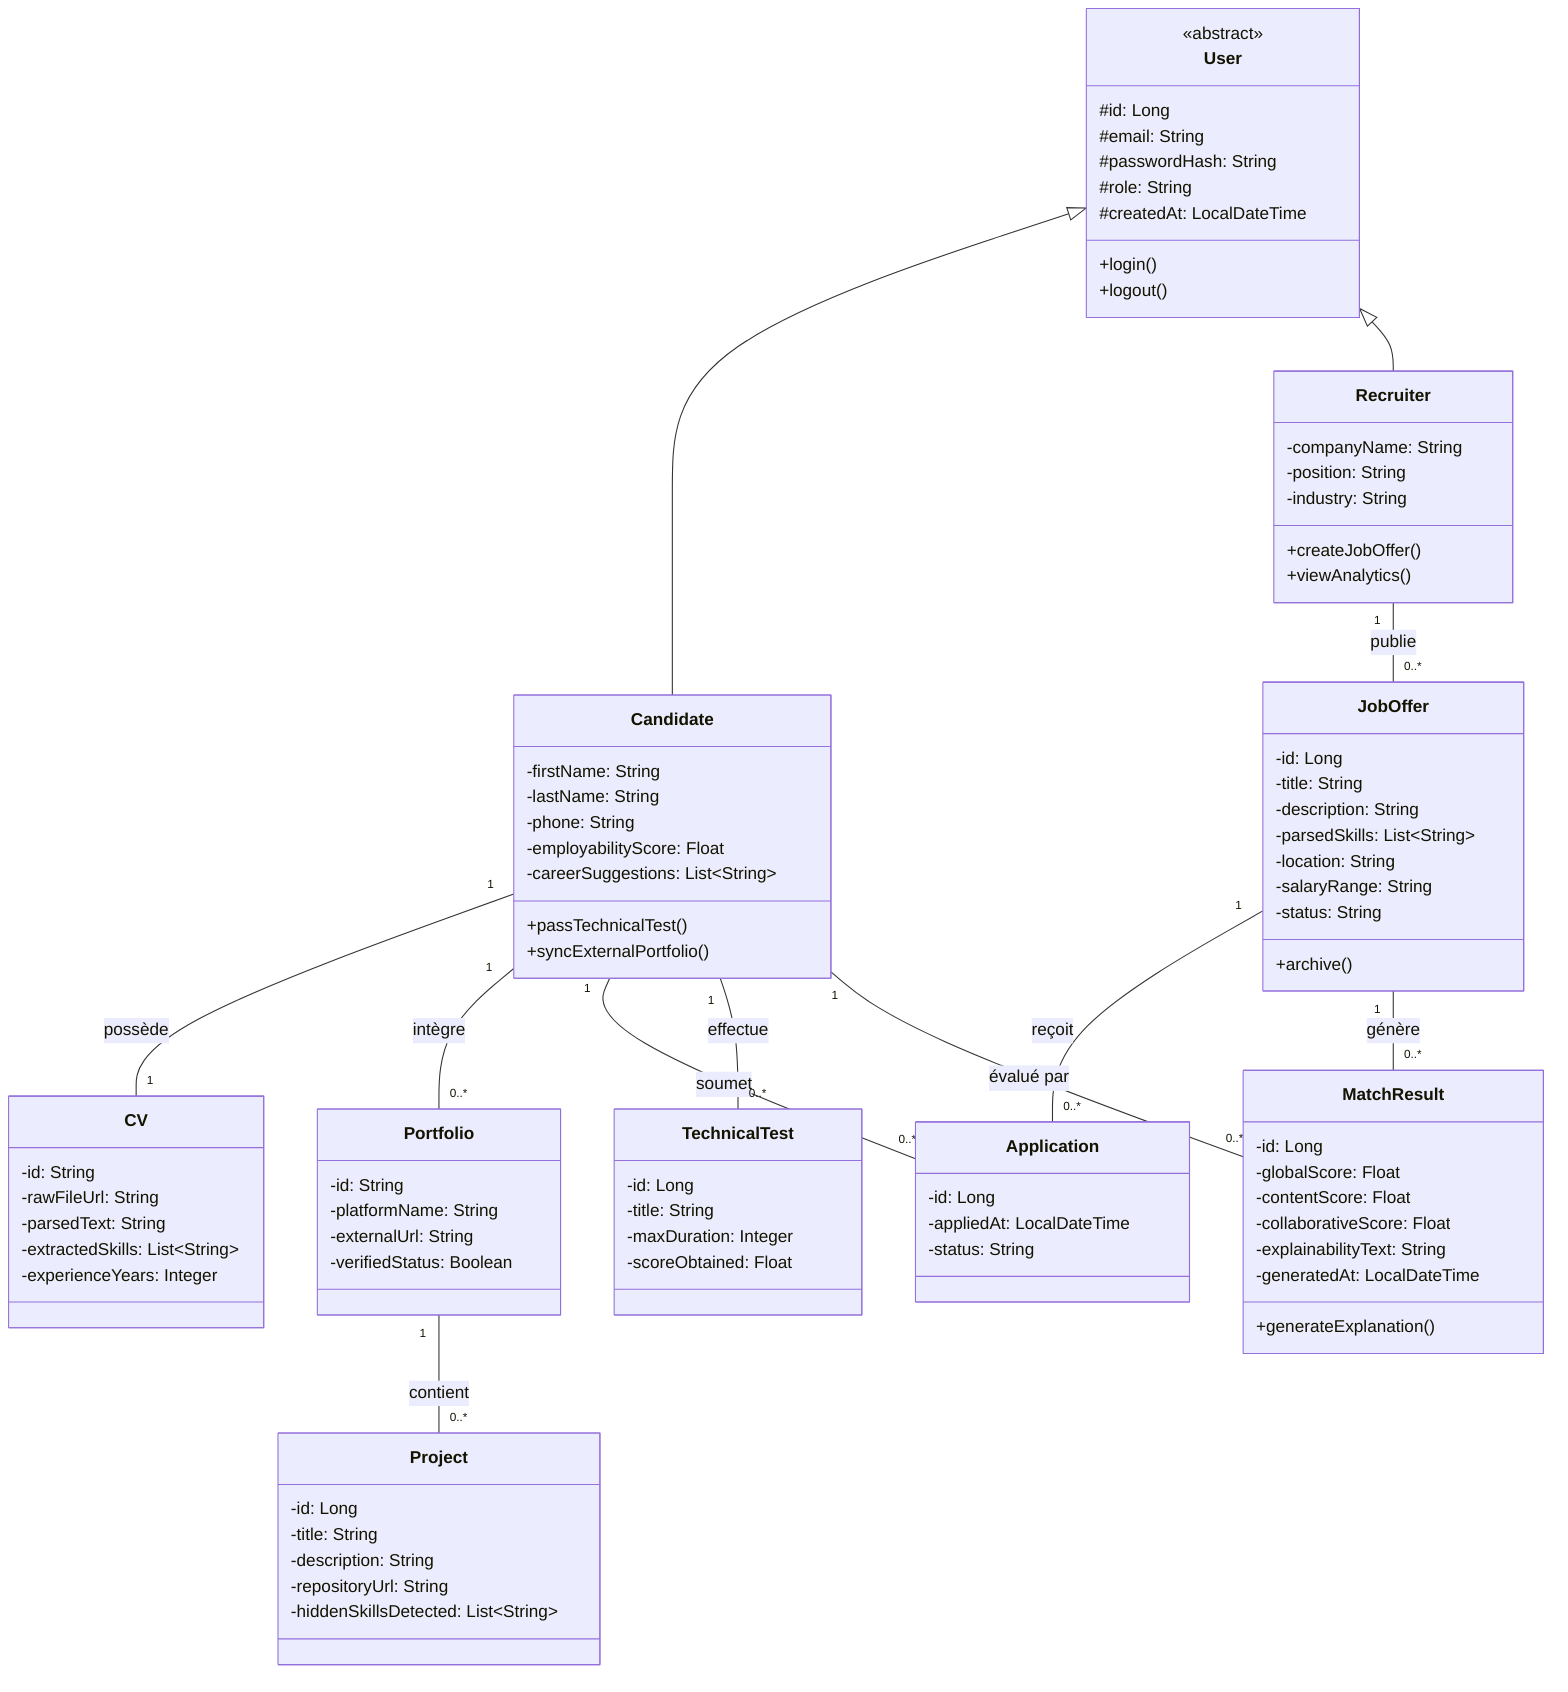
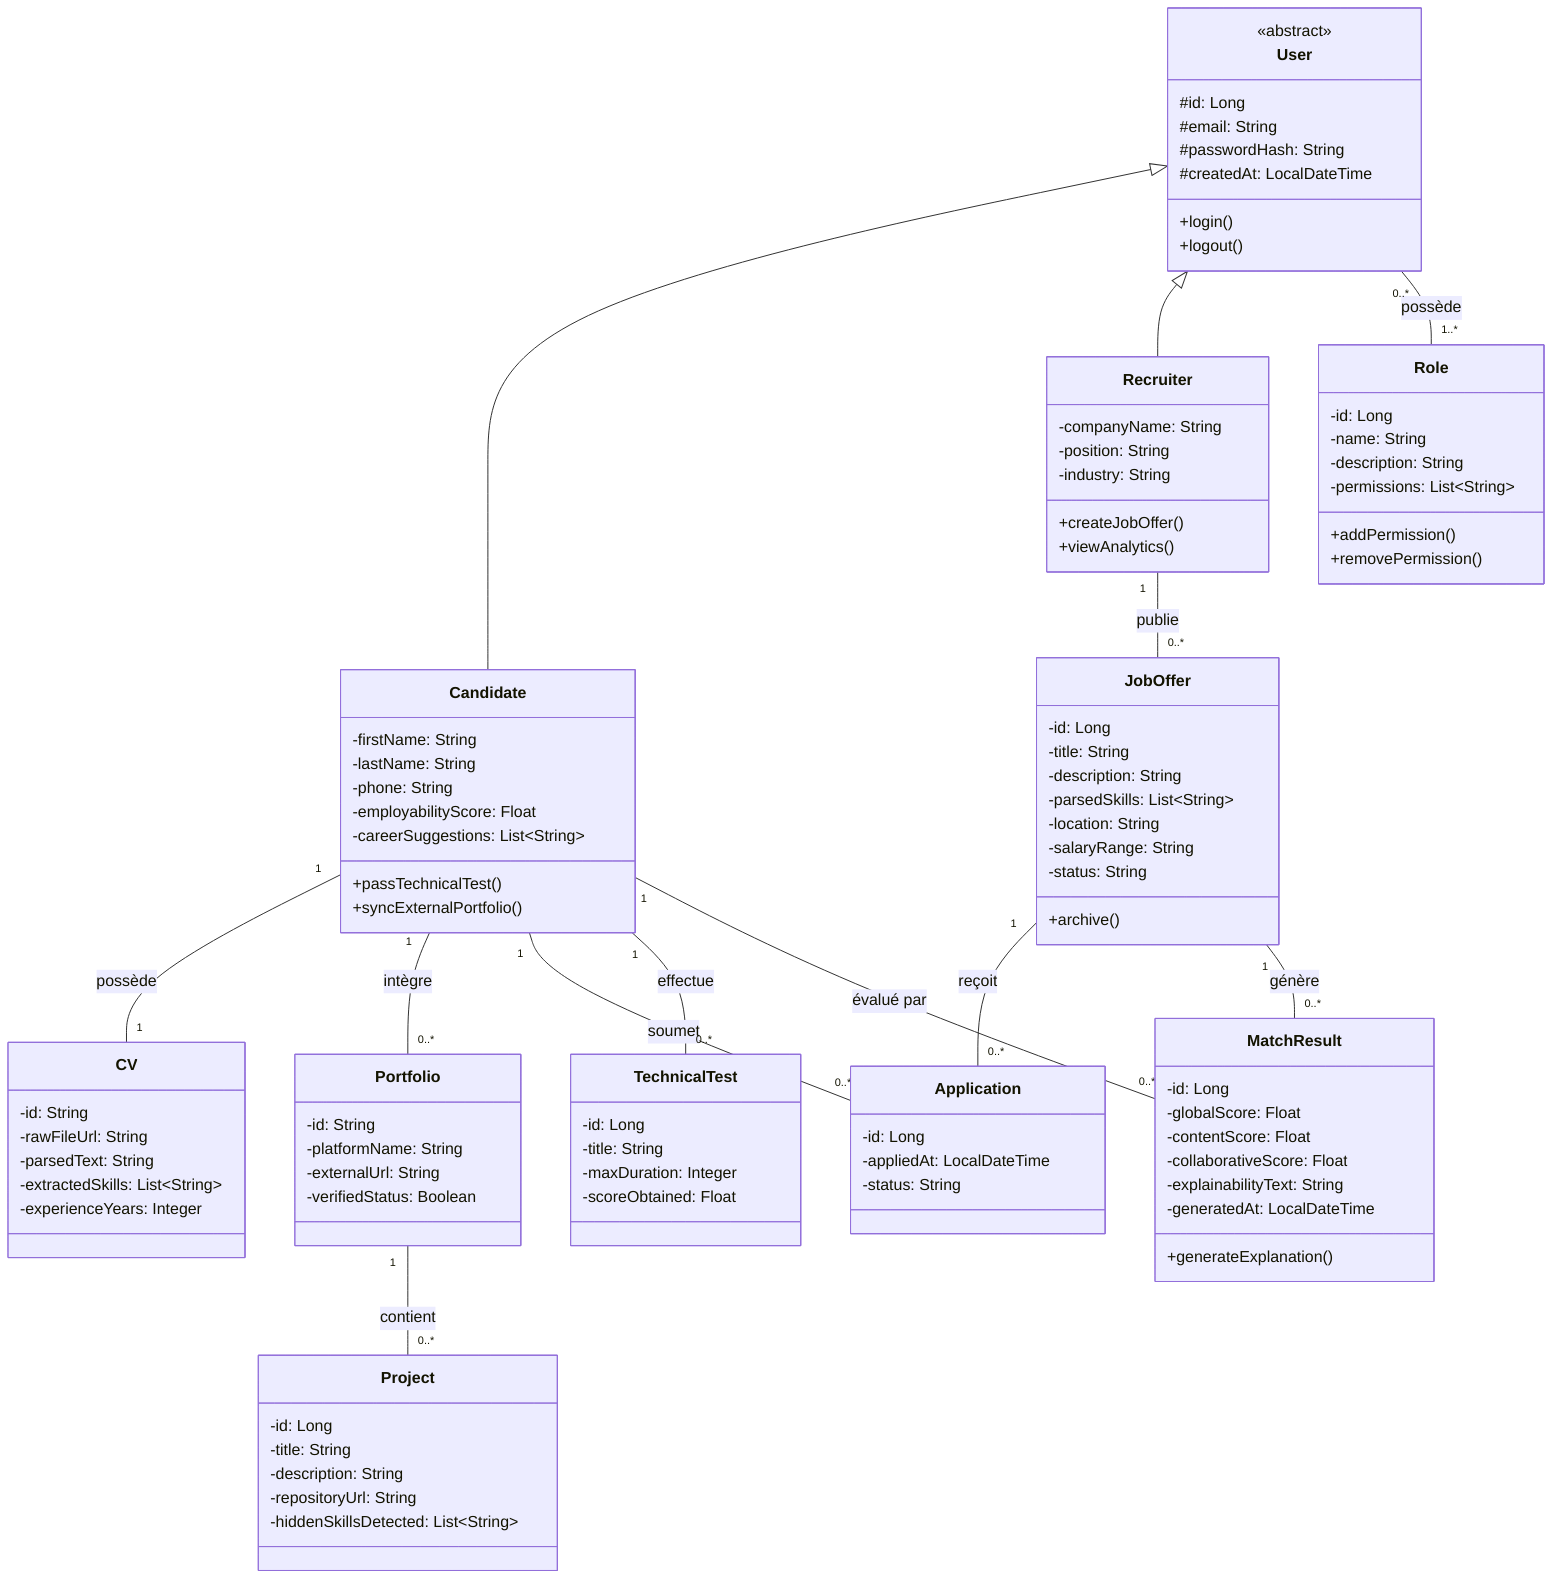
+ 
classDiagram
    class User {
        <<abstract>>
        #id: Long
        #email: String
        #passwordHash: String
-         #role: String
        #createdAt: LocalDateTime
        +login()
        +logout()
+     }
+ 
+     class Role {
+         -id: Long
+         -name: String
+         -description: String
+         -permissions: List~String~
+         +addPermission()
+         +removePermission()
    }

    class Candidate {
        -firstName: String
        -lastName: String
        -phone: String
        -employabilityScore: Float
        -careerSuggestions: List~String~
        +passTechnicalTest()
        +syncExternalPortfolio()
    }

    class Recruiter {
        -companyName: String
        -position: String
        -industry: String
        +createJobOffer()
        +viewAnalytics()
    }

    class JobOffer {
        -id: Long
        -title: String
        -description: String
        -parsedSkills: List~String~
        -location: String
        -salaryRange: String
        -status: String
        +archive()
    }

    class CV {
        -id: String
        -rawFileUrl: String
        -parsedText: String
        -extractedSkills: List~String~
        -experienceYears: Integer
    }

    class Portfolio {
        -id: String
        -platformName: String
        -externalUrl: String
        -verifiedStatus: Boolean
    }

    class Project {
        -id: Long
        -title: String
        -description: String
        -repositoryUrl: String
        -hiddenSkillsDetected: List~String~
    }

    class Application {
        -id: Long
        -appliedAt: LocalDateTime
        -status: String
    }

    class MatchResult {
        -id: Long
        -globalScore: Float
        -contentScore: Float
        -collaborativeScore: Float
        -explainabilityText: String
        -generatedAt: LocalDateTime
        +generateExplanation()
    }

    class TechnicalTest {
        -id: Long
        -title: String
        -maxDuration: Integer
        -scoreObtained: Float
    }

-     %% Relations d'héritage
+     %% Héritage
    User <|-- Candidate
    User <|-- Recruiter

-     %% Relations de composition / association
+     %% Gestion des Rôles (RBAC)
+     User "0..*" -- "1..*" Role : possède
+ 
+     %% Associations et Compositions
    Candidate "1" -- "1" CV : possède
    Candidate "1" -- "0..*" Portfolio : intègre
    Portfolio "1" -- "0..*" Project : contient
    Candidate "1" -- "0..*" Application : soumet
    Candidate "1" -- "0..*" TechnicalTest : effectue

    Recruiter "1" -- "0..*" JobOffer : publie
    JobOffer "1" -- "0..*" Application : reçoit

    JobOffer "1" -- "0..*" MatchResult : génère
    Candidate "1" -- "0..*" MatchResult : évalué par